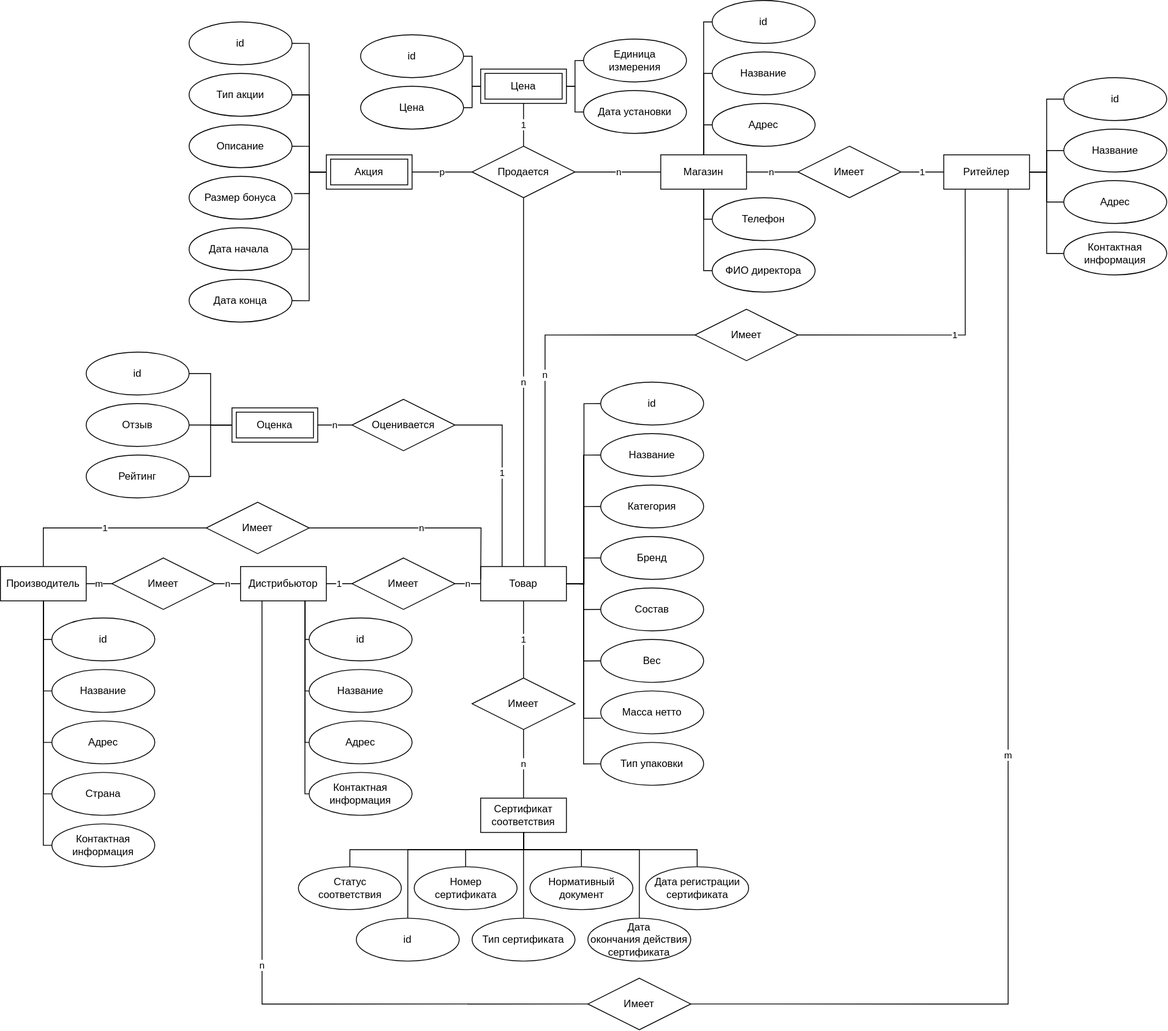
Before: docs/coursework/inc/img/er-diag.drawio.svg, a diagram exported from draw.io (nikitalystsev/db_course). Source tidied: cells renumbered, new cells last; positions are measured from the earlier drawing's top-left corner, leaving out a move shared by most shapes.
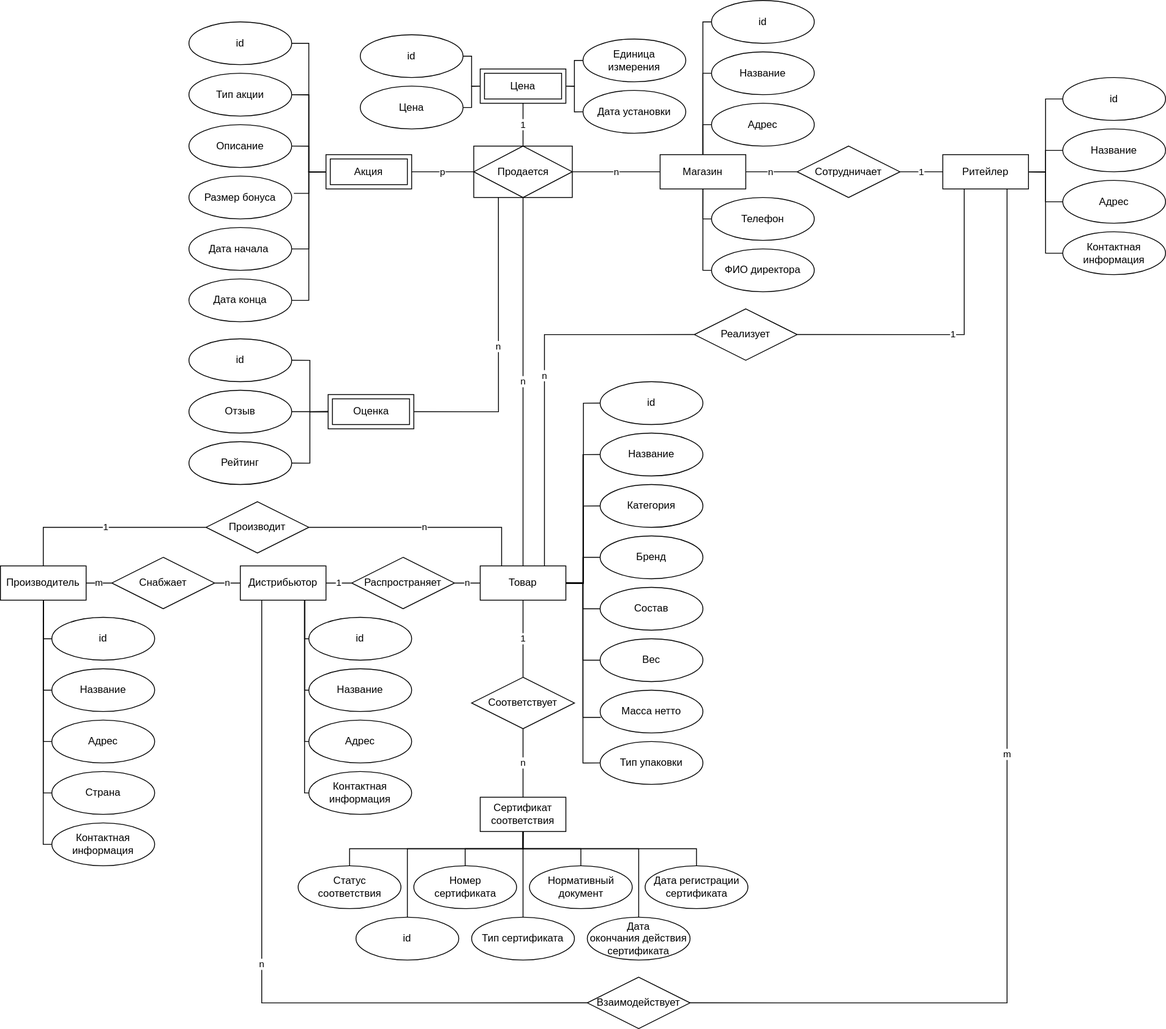
The same diagram one commit later.

Diff of the diagram source:
```diff
@@ -8,7 +8,7 @@
     <mxCell id="3" value="Сертификат&lt;div&gt;соответствия&lt;/div&gt;" style="whiteSpace=wrap;html=1;align=center;" parent="1" vertex="1">
       <mxGeometry x="560" y="930" width="100" height="40" as="geometry" />
     </mxCell>
-    <mxCell id="4" value="Имеет" style="shape=rhombus;perimeter=rhombusPerimeter;whiteSpace=wrap;html=1;align=center;" parent="1" vertex="1">
+    <mxCell id="4" value="Соответствует" style="shape=rhombus;perimeter=rhombusPerimeter;whiteSpace=wrap;html=1;align=center;" parent="1" vertex="1">
       <mxGeometry x="550" y="790" width="120" height="60" as="geometry" />
     </mxCell>
     <mxCell id="5" value="1" style="endArrow=none;html=1;rounded=0;entryX=0.5;entryY=1;entryDx=0;entryDy=0;exitX=0.5;exitY=0;exitDx=0;exitDy=0;fontFamily=Helvetica;" parent="1" edge="1" source="4" target="2">
@@ -41,7 +41,7 @@
     <mxCell id="14" value="Дистрибьютор" style="whiteSpace=wrap;html=1;align=center;" parent="1" vertex="1">
       <mxGeometry x="280" y="660" width="100" height="40" as="geometry" />
     </mxCell>
-    <mxCell id="15" value="Имеет" style="shape=rhombus;perimeter=rhombusPerimeter;whiteSpace=wrap;html=1;align=center;" parent="1" vertex="1">
+    <mxCell id="15" value="Распространяет" style="shape=rhombus;perimeter=rhombusPerimeter;whiteSpace=wrap;html=1;align=center;" parent="1" vertex="1">
       <mxGeometry x="410" y="650" width="120" height="60" as="geometry" />
     </mxCell>
     <mxCell id="16" value="n" style="endArrow=none;html=1;rounded=0;entryX=0;entryY=0.5;entryDx=0;entryDy=0;exitX=1;exitY=0.5;exitDx=0;exitDy=0;" parent="1" edge="1" source="15" target="2">
@@ -117,7 +117,7 @@
     <mxCell id="38" value="Производитель" style="whiteSpace=wrap;html=1;align=center;" parent="1" vertex="1">
       <mxGeometry y="660" width="100" height="40" as="geometry" />
     </mxCell>
-    <mxCell id="39" value="Имеет" style="shape=rhombus;perimeter=rhombusPerimeter;whiteSpace=wrap;html=1;align=center;" parent="1" vertex="1">
+    <mxCell id="39" value="Снабжает" style="shape=rhombus;perimeter=rhombusPerimeter;whiteSpace=wrap;html=1;align=center;" parent="1" vertex="1">
       <mxGeometry x="130" y="650" width="120" height="60" as="geometry" />
     </mxCell>
     <mxCell id="40" value="n" style="endArrow=none;html=1;rounded=0;exitX=0;exitY=0.5;exitDx=0;exitDy=0;entryX=1;entryY=0.5;entryDx=0;entryDy=0;" parent="1" edge="1" source="14" target="39">
@@ -126,7 +126,7 @@
     <mxCell id="41" value="m" style="endArrow=none;html=1;rounded=0;exitX=0;exitY=0.5;exitDx=0;exitDy=0;entryX=1;entryY=0.5;entryDx=0;entryDy=0;" parent="1" edge="1" source="39" target="38">
       <mxGeometry relative="1" as="geometry" />
     </mxCell>
-    <mxCell id="42" value="Имеет" style="shape=rhombus;perimeter=rhombusPerimeter;whiteSpace=wrap;html=1;align=center;" parent="1" vertex="1">
+    <mxCell id="42" value="Производит" style="shape=rhombus;perimeter=rhombusPerimeter;whiteSpace=wrap;html=1;align=center;" parent="1" vertex="1">
       <mxGeometry x="240" y="585" width="120" height="60" as="geometry" />
     </mxCell>
     <mxCell id="43" value="1" style="endArrow=none;html=1;rounded=0;entryX=0;entryY=0.5;entryDx=0;entryDy=0;exitX=0.5;exitY=0;exitDx=0;exitDy=0;" parent="1" edge="1" source="38" target="42">
@@ -136,10 +136,8 @@
         </Array>
       </mxGeometry>
     </mxCell>
-    <mxCell id="44" value="n" style="endArrow=none;html=1;rounded=0;exitX=1;exitY=0.5;exitDx=0;exitDy=0;edgeStyle=orthogonalEdgeStyle;entryX=0;entryY=0;entryDx=0;entryDy=0;" parent="1" edge="1" source="42">
-      <mxGeometry relative="1" as="geometry">
-        <mxPoint x="560" y="675" as="targetPoint" />
-      </mxGeometry>
+    <mxCell id="44" value="n" style="endArrow=none;html=1;rounded=0;exitX=1;exitY=0.5;exitDx=0;exitDy=0;edgeStyle=orthogonalEdgeStyle;entryX=0.25;entryY=0;entryDx=0;entryDy=0;" parent="1" edge="1" source="42" target="2">
+      <mxGeometry relative="1" as="geometry" />
     </mxCell>
     <mxCell id="45" value="Название" style="ellipse;whiteSpace=wrap;html=1;align=center;" parent="1" vertex="1">
       <mxGeometry x="60" y="780" width="120" height="50" as="geometry" />
@@ -171,9 +169,6 @@
     <mxCell id="54" style="endArrow=none;html=1;rounded=0;exitX=0.5;exitY=1;exitDx=0;exitDy=0;entryX=0;entryY=0.5;entryDx=0;entryDy=0;edgeStyle=orthogonalEdgeStyle;" parent="1" edge="1" source="38" target="53">
       <mxGeometry relative="1" as="geometry" />
     </mxCell>
-    <mxCell id="55" value="Продается" style="shape=rhombus;perimeter=rhombusPerimeter;whiteSpace=wrap;html=1;align=center;" parent="1" vertex="1">
-      <mxGeometry x="550" y="170" width="120" height="60" as="geometry" />
-    </mxCell>
     <mxCell id="56" value="n" style="endArrow=none;html=1;rounded=0;entryX=0.5;entryY=1;entryDx=0;entryDy=0;exitX=0.5;exitY=0;exitDx=0;exitDy=0;" parent="1" edge="1" source="2" target="55">
       <mxGeometry relative="1" as="geometry" />
     </mxCell>
@@ -274,7 +269,7 @@
     <mxCell id="87" value="Ритейлер" style="whiteSpace=wrap;html=1;align=center;" parent="1" vertex="1">
       <mxGeometry x="1100" y="180" width="100" height="40" as="geometry" />
     </mxCell>
-    <mxCell id="88" value="Имеет" style="shape=rhombus;perimeter=rhombusPerimeter;whiteSpace=wrap;html=1;align=center;" parent="1" vertex="1">
+    <mxCell id="88" value="Сотрудничает" style="shape=rhombus;perimeter=rhombusPerimeter;whiteSpace=wrap;html=1;align=center;" parent="1" vertex="1">
       <mxGeometry x="930" y="170" width="120" height="60" as="geometry" />
     </mxCell>
     <mxCell id="89" value="n" style="endArrow=none;html=1;rounded=0;entryX=1;entryY=0.5;entryDx=0;entryDy=0;exitX=0;exitY=0.5;exitDx=0;exitDy=0;" parent="1" edge="1" source="88" target="58">
@@ -307,7 +302,7 @@
     <mxCell id="98" style="endArrow=none;html=1;rounded=0;entryX=0;entryY=0.5;entryDx=0;entryDy=0;exitX=1;exitY=0.5;exitDx=0;exitDy=0;edgeStyle=orthogonalEdgeStyle;" parent="1" edge="1" source="87" target="94">
       <mxGeometry relative="1" as="geometry" />
     </mxCell>
-    <mxCell id="99" value="Имеет" style="shape=rhombus;perimeter=rhombusPerimeter;whiteSpace=wrap;html=1;align=center;" parent="1" vertex="1">
+    <mxCell id="99" value="Реализует" style="shape=rhombus;perimeter=rhombusPerimeter;whiteSpace=wrap;html=1;align=center;" parent="1" vertex="1">
       <mxGeometry x="810" y="360" width="120" height="60" as="geometry" />
     </mxCell>
     <mxCell id="100" value="1" style="endArrow=none;html=1;rounded=0;entryX=0.25;entryY=1;entryDx=0;entryDy=0;exitX=1;exitY=0.5;exitDx=0;exitDy=0;edgeStyle=orthogonalEdgeStyle;" parent="1" edge="1" source="99" target="87">
@@ -342,25 +337,19 @@
       <mxGeometry relative="1" as="geometry" />
     </mxCell>
     <mxCell id="109" value="&lt;div&gt;Оценка&lt;/div&gt;" style="shape=ext;margin=3;double=1;whiteSpace=wrap;html=1;align=center;" parent="1" vertex="1">
-      <mxGeometry x="270" y="475" width="100" height="40" as="geometry" />
+      <mxGeometry x="382.5" y="460" width="100" height="40" as="geometry" />
     </mxCell>
-    <mxCell id="110" value="Оценивается" style="shape=rhombus;perimeter=rhombusPerimeter;whiteSpace=wrap;html=1;align=center;" parent="1" vertex="1">
-      <mxGeometry x="410" y="465" width="120" height="60" as="geometry" />
-    </mxCell>
-    <mxCell id="111" value="1" style="endArrow=none;html=1;rounded=0;exitX=1;exitY=0.5;exitDx=0;exitDy=0;entryX=0.25;entryY=0;entryDx=0;entryDy=0;edgeStyle=orthogonalEdgeStyle;" parent="1" edge="1" source="110" target="2">
-      <mxGeometry relative="1" as="geometry" />
-    </mxCell>
-    <mxCell id="112" value="n" style="endArrow=none;html=1;rounded=0;entryX=0;entryY=0.5;entryDx=0;entryDy=0;exitX=1;exitY=0.5;exitDx=0;exitDy=0;" parent="1" edge="1" source="109" target="110">
+    <mxCell id="112" value="n" style="endArrow=none;html=1;rounded=0;entryX=0.25;entryY=1;entryDx=0;entryDy=0;exitX=1;exitY=0.5;exitDx=0;exitDy=0;edgeStyle=orthogonalEdgeStyle;" parent="1" edge="1" source="109" target="55">
       <mxGeometry relative="1" as="geometry" />
     </mxCell>
     <mxCell id="113" value="Отзыв" style="ellipse;whiteSpace=wrap;html=1;align=center;" parent="1" vertex="1">
-      <mxGeometry x="100" y="470" width="120" height="50" as="geometry" />
+      <mxGeometry x="220" y="455" width="120" height="50" as="geometry" />
     </mxCell>
     <mxCell id="114" value="id" style="ellipse;whiteSpace=wrap;html=1;align=center;" parent="1" vertex="1">
-      <mxGeometry x="100" y="410" width="120" height="50" as="geometry" />
+      <mxGeometry x="220" y="395" width="120" height="50" as="geometry" />
     </mxCell>
     <mxCell id="115" value="Рейтинг" style="ellipse;whiteSpace=wrap;html=1;align=center;" parent="1" vertex="1">
-      <mxGeometry x="100" y="530" width="120" height="50" as="geometry" />
+      <mxGeometry x="220" y="515" width="120" height="50" as="geometry" />
     </mxCell>
     <mxCell id="116" style="endArrow=none;html=1;rounded=0;exitX=1;exitY=0.5;exitDx=0;exitDy=0;entryX=0;entryY=0.5;entryDx=0;entryDy=0;edgeStyle=orthogonalEdgeStyle;" parent="1" edge="1" source="114" target="109">
       <mxGeometry relative="1" as="geometry" />
@@ -450,7 +439,7 @@
         </Array>
       </mxGeometry>
     </mxCell>
-    <mxCell id="130" value="Имеет" style="shape=rhombus;perimeter=rhombusPerimeter;whiteSpace=wrap;html=1;align=center;" parent="1" vertex="1">
+    <mxCell id="130" value="Взаимодействует" style="shape=rhombus;perimeter=rhombusPerimeter;whiteSpace=wrap;html=1;align=center;" parent="1" vertex="1">
       <mxGeometry x="685" y="1140" width="120" height="60" as="geometry" />
     </mxCell>
     <mxCell id="131" value="n" style="endArrow=none;html=1;rounded=0;entryX=0.25;entryY=1;entryDx=0;entryDy=0;exitX=0;exitY=0.5;exitDx=0;exitDy=0;edgeStyle=orthogonalEdgeStyle;" parent="1" edge="1" source="130" target="14">
@@ -459,5 +448,8 @@
     <mxCell id="132" value="m" style="endArrow=none;html=1;rounded=0;exitX=1;exitY=0.5;exitDx=0;exitDy=0;entryX=0.75;entryY=1;entryDx=0;entryDy=0;edgeStyle=orthogonalEdgeStyle;" parent="1" edge="1" source="130" target="87">
       <mxGeometry relative="1" as="geometry" />
     </mxCell>
+    <mxCell id="55" value="Продается" style="shape=associativeEntity;whiteSpace=wrap;html=1;align=center;" parent="1" vertex="1">
+      <mxGeometry x="552.5" y="170" width="115" height="60" as="geometry" />
+    </mxCell>
   </root>
 </mxGraphModel>
```
